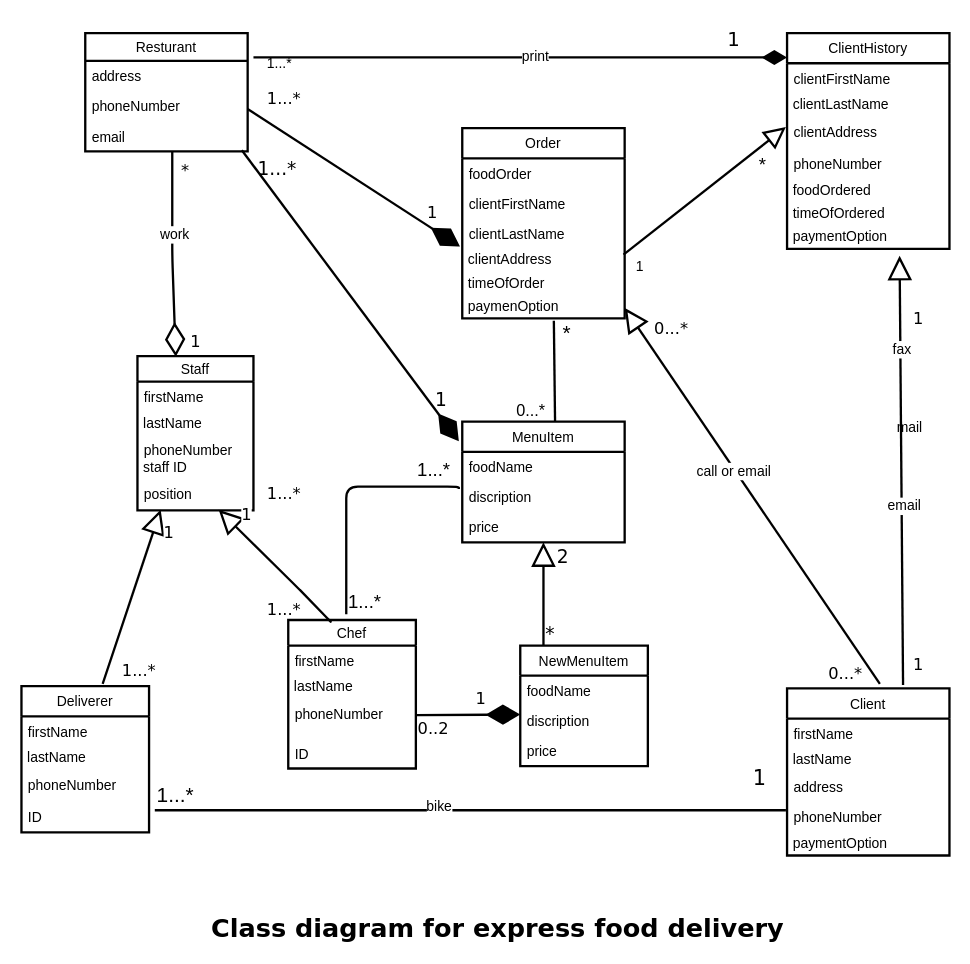
Earlier version of the draw.io diagram Class Diagram For Express food delivery resturant.drawio (wallaceNdi/OC-PRO). Source tidied: cells renumbered, new cells numbered last; positions are measured from the earlier drawing's top-left corner, leaving out a move shared by most shapes. Both pictures are drawn from the tidied source at 116%, with x=0, y=0 at pixel (21, 20).
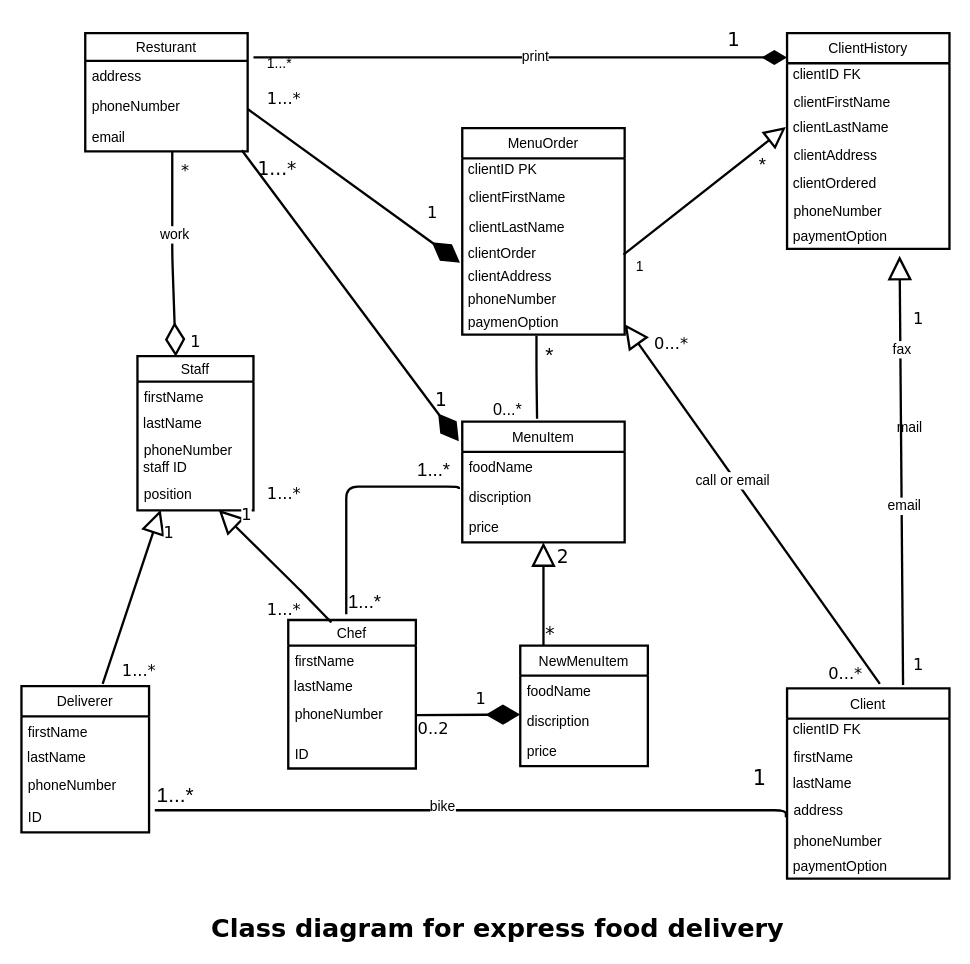
Above is the later version.

The change refers to these unchanged cells:
```xml
<mxCell id="16" value="ID" style="text;strokeColor=none;fillColor=none;align=left;verticalAlign=top;spacingLeft=4;spacingRight=4;overflow=hidden;points=[[0,0.5],[1,0.5]];portConstraint=eastwest;" parent="12" vertex="1">
  <mxGeometry y="100" width="110" height="26" as="geometry" />
</mxCell>
<mxCell id="43" value="ClientHistory" style="swimlane;fontStyle=0;horizontal=1;startSize=26;fillColor=none;strokeWidth=2;" parent="1" vertex="1">
  <mxGeometry x="660" y="11" width="140" height="186" as="geometry" />
</mxCell>
```

Diff of the diagram source:
```diff
@@
     <mxCell id="26" value="Client" style="swimlane;fontStyle=0;horizontal=1;startSize=26;fillColor=none;strokeWidth=2;" parent="1" vertex="1">
-      <mxGeometry x="660" y="576" width="140" height="144" as="geometry" />
+      <mxGeometry x="660" y="576" width="140" height="164" as="geometry" />
     </mxCell>
+    <mxCell id="104" value="&amp;nbsp;clientID FK" style="text;html=1;align=left;verticalAlign=top;spacingTop=-4;" parent="26" vertex="1">
+      <mxGeometry y="26" width="140" height="20" as="geometry" />
+    </mxCell>
     <mxCell id="27" value="firstName" style="text;strokeColor=none;fillColor=none;align=left;verticalAlign=top;spacingLeft=4;spacingRight=4;overflow=hidden;" parent="26" vertex="1">
-      <mxGeometry y="26" width="140" height="26" as="geometry" />
+      <mxGeometry y="46" width="140" height="26" as="geometry" />
     </mxCell>
     <mxCell id="28" value="&amp;nbsp;lastName" style="text;html=1;align=left;verticalAlign=top;spacingTop=-4;" parent="26" vertex="1">
-      <mxGeometry y="52" width="140" height="20" as="geometry" />
+      <mxGeometry y="72" width="140" height="20" as="geometry" />
     </mxCell>
     <mxCell id="29" value="address" style="text;strokeColor=none;fillColor=none;align=left;verticalAlign=top;spacingLeft=4;spacingRight=4;overflow=hidden;" parent="26" vertex="1">
-      <mxGeometry y="72" width="140" height="26" as="geometry" />
+      <mxGeometry y="92" width="140" height="26" as="geometry" />
     </mxCell>
     <mxCell id="30" value="phoneNumber" style="text;strokeColor=none;fillColor=none;align=left;verticalAlign=top;spacingLeft=4;spacingRight=4;overflow=hidden;points=[[0,0.5],[1,0.5]];portConstraint=eastwest;" parent="26" vertex="1">
-      <mxGeometry y="98" width="140" height="26" as="geometry" />
+      <mxGeometry y="118" width="140" height="26" as="geometry" />
     </mxCell>
     <mxCell id="31" value="&amp;nbsp;paymentOption" style="text;html=1;align=left;verticalAlign=top;spacingTop=-4;" parent="26" vertex="1">
-      <mxGeometry y="124" width="140" height="20" as="geometry" />
+      <mxGeometry y="144" width="140" height="20" as="geometry" />
     </mxCell>
@@
-    <mxCell id="36" value="Order" style="swimlane;fontStyle=0;horizontal=1;startSize=26;fillColor=none;strokeWidth=2;" parent="1" vertex="1">
-      <mxGeometry x="380" y="93" width="140" height="164" as="geometry" />
+    <mxCell id="36" value="MenuOrder" style="swimlane;fontStyle=0;horizontal=1;startSize=26;fillColor=none;strokeWidth=2;" parent="1" vertex="1">
+      <mxGeometry x="380" y="93" width="140" height="178" as="geometry" />
     </mxCell>
-    <mxCell id="37" value="foodOrder" style="text;strokeColor=none;fillColor=none;align=left;verticalAlign=top;spacingLeft=4;spacingRight=4;overflow=hidden;" parent="36" vertex="1">
-      <mxGeometry y="26" width="140" height="26" as="geometry" />
-    </mxCell>
+    <mxCell id="105" value="&amp;nbsp;clientID PK" style="text;html=1;align=left;verticalAlign=top;spacingTop=-4;" parent="36" vertex="1">
+      <mxGeometry y="26" width="140" height="20" as="geometry" />
+    </mxCell>
     <mxCell id="38" value="clientFirstName" style="text;strokeColor=none;fillColor=none;align=left;verticalAlign=top;spacingLeft=4;spacingRight=4;overflow=hidden;" parent="36" vertex="1">
-      <mxGeometry y="52" width="140" height="26" as="geometry" />
+      <mxGeometry y="46" width="140" height="26" as="geometry" />
     </mxCell>
     <mxCell id="39" value="clientLastName" style="text;strokeColor=none;fillColor=none;align=left;verticalAlign=top;spacingLeft=4;spacingRight=4;overflow=hidden;" parent="36" vertex="1">
-      <mxGeometry y="78" width="140" height="26" as="geometry" />
+      <mxGeometry y="72" width="140" height="26" as="geometry" />
     </mxCell>
+    <mxCell id="106" value="&amp;nbsp;clientOrder" style="text;html=1;align=left;verticalAlign=top;spacingTop=-4;" parent="36" vertex="1">
+      <mxGeometry y="98" width="140" height="20" as="geometry" />
+    </mxCell>
     <mxCell id="40" value="&amp;nbsp;clientAddress" style="text;html=1;points=[];align=left;verticalAlign=top;spacingTop=-4;" parent="36" vertex="1">
-      <mxGeometry y="104" width="140" height="20" as="geometry" />
+      <mxGeometry y="118" width="140" height="20" as="geometry" />
     </mxCell>
-    <mxCell id="41" value="&amp;nbsp;timeOfOrder" style="text;html=1;align=left;verticalAlign=top;spacingTop=-4;" parent="36" vertex="1">
-      <mxGeometry y="124" width="140" height="20" as="geometry" />
+    <mxCell id="41" value="&amp;nbsp;phoneNumber" style="text;html=1;align=left;verticalAlign=top;spacingTop=-4;" parent="36" vertex="1">
+      <mxGeometry y="138" width="140" height="20" as="geometry" />
     </mxCell>
     <mxCell id="42" value="&amp;nbsp;paymenOption" style="text;html=1;points=[];align=left;verticalAlign=top;spacingTop=-4;" parent="36" vertex="1">
-      <mxGeometry y="144" width="140" height="20" as="geometry" />
+      <mxGeometry y="158" width="140" height="20" as="geometry" />
     </mxCell>
@@
+    <mxCell id="107" value="&amp;nbsp;clientID FK" style="text;html=1;align=left;verticalAlign=top;spacingTop=-4;" parent="43" vertex="1">
+      <mxGeometry y="26" width="140" height="20" as="geometry" />
+    </mxCell>
     <mxCell id="44" value="clientFirstName" style="text;strokeColor=none;fillColor=none;align=left;verticalAlign=top;spacingLeft=4;spacingRight=4;overflow=hidden;" parent="43" vertex="1">
-      <mxGeometry y="26" width="140" height="26" as="geometry" />
+      <mxGeometry y="46" width="140" height="26" as="geometry" />
     </mxCell>
     <mxCell id="45" value="&amp;nbsp;clientLastName" style="text;html=1;align=left;verticalAlign=top;spacingTop=-4;" parent="43" vertex="1">
-      <mxGeometry y="52" width="140" height="20" as="geometry" />
+      <mxGeometry y="72" width="140" height="20" as="geometry" />
     </mxCell>
     <mxCell id="46" value="clientAddress" style="text;strokeColor=none;fillColor=none;align=left;verticalAlign=top;spacingLeft=4;spacingRight=4;overflow=hidden;" parent="43" vertex="1">
-      <mxGeometry y="72" width="140" height="28" as="geometry" />
+      <mxGeometry y="92" width="140" height="28" as="geometry" />
     </mxCell>
+    <mxCell id="48" value="&amp;nbsp;clientOrdered" style="text;html=1;align=left;verticalAlign=top;spacingTop=-4;" parent="43" vertex="1">
+      <mxGeometry y="120" width="140" height="20" as="geometry" />
+    </mxCell>
     <mxCell id="47" value="phoneNumber" style="text;strokeColor=none;fillColor=none;align=left;verticalAlign=top;spacingLeft=4;spacingRight=4;overflow=hidden;" parent="43" vertex="1">
-      <mxGeometry y="100" width="140" height="26" as="geometry" />
+      <mxGeometry y="140" width="140" height="26" as="geometry" />
     </mxCell>
-    <mxCell id="48" value="&amp;nbsp;foodOrdered" style="text;html=1;align=left;verticalAlign=top;spacingTop=-4;" parent="43" vertex="1">
-      <mxGeometry y="126" width="140" height="20" as="geometry" />
-    </mxCell>
-    <mxCell id="49" value="&amp;nbsp;timeOfOrdered" style="text;html=1;align=left;verticalAlign=top;spacingTop=-4;" parent="43" vertex="1">
-      <mxGeometry y="146" width="140" height="20" as="geometry" />
-    </mxCell>
@@
-    <mxCell id="51" style="endArrow=none;html=1;edgeStyle=orthogonalEdgeStyle;exitX=1.045;exitY=0.269;exitDx=0;exitDy=0;exitPerimeter=0;strokeWidth=2;entryX=-0.007;entryY=0.269;entryDx=0;entryDy=0;entryPerimeter=0;" parent="1" edge="1" source="16" target="30">
-      <mxGeometry relative="1" as="geometry" />
+    <mxCell id="51" style="endArrow=none;html=1;edgeStyle=orthogonalEdgeStyle;exitX=1.045;exitY=0.269;exitDx=0;exitDy=0;exitPerimeter=0;strokeWidth=2;" parent="1" edge="1" source="16">
+      <mxGeometry relative="1" as="geometry">
+        <mxPoint x="659" y="687" as="targetPoint" />
+        <Array as="points">
+          <mxPoint x="659" y="681" />
+        </Array>
+      </mxGeometry>
     </mxCell>
@@
-    <mxCell id="60" style="endArrow=none;html=1;edgeStyle=orthogonalEdgeStyle;strokeWidth=2;entryX=0.564;entryY=1.1;entryDx=0;entryDy=0;entryPerimeter=0;" parent="1" edge="1" target="42">
-      <mxGeometry relative="1" as="geometry">
-        <mxPoint x="460" y="346" as="sourcePoint" />
-        <Array as="points">
-          <mxPoint x="460" y="259" />
-        </Array>
-      </mxGeometry>
-    </mxCell>
-    <mxCell id="61" style="html=1;align=left;verticalAlign=bottom;labelBackgroundColor=#ffffff;fontSize=10;" parent="60" vertex="1">
-      <mxGeometry x="-1" relative="1" as="geometry" />
-    </mxCell>
@@
     <mxCell id="98" value="&lt;font style=&quot;font-size: 18px&quot;&gt;*&lt;/font&gt;" style="text;html=1;align=left;verticalAlign=top;spacingTop=-4;" parent="1" vertex="1">
-      <mxGeometry x="465" y="257" width="20" height="20" as="geometry" />
+      <mxGeometry x="450" y="276" width="20" height="20" as="geometry" />
     </mxCell>
     <mxCell id="99" value="&lt;font style=&quot;font-size: 14px&quot;&gt;0...*&lt;/font&gt;" style="text;html=1;align=left;verticalAlign=top;spacingTop=-4;" parent="1" vertex="1">
-      <mxGeometry x="425" y="326" width="40" height="20" as="geometry" />
+      <mxGeometry x="405" y="324.5" width="40" height="20" as="geometry" />
     </mxCell>
@@
+    <mxCell id="108" style="endArrow=none;html=1;edgeStyle=orthogonalEdgeStyle;exitX=0.457;exitY=1.05;exitDx=0;exitDy=0;exitPerimeter=0;strokeWidth=2;" parent="1" edge="1" source="42">
+      <mxGeometry relative="1" as="geometry">
+        <mxPoint x="444.5" y="343.5" as="targetPoint" />
+        <Array as="points">
+          <mxPoint x="444" y="307" />
+          <mxPoint x="445" y="307" />
+        </Array>
+      </mxGeometry>
+    </mxCell>
```
